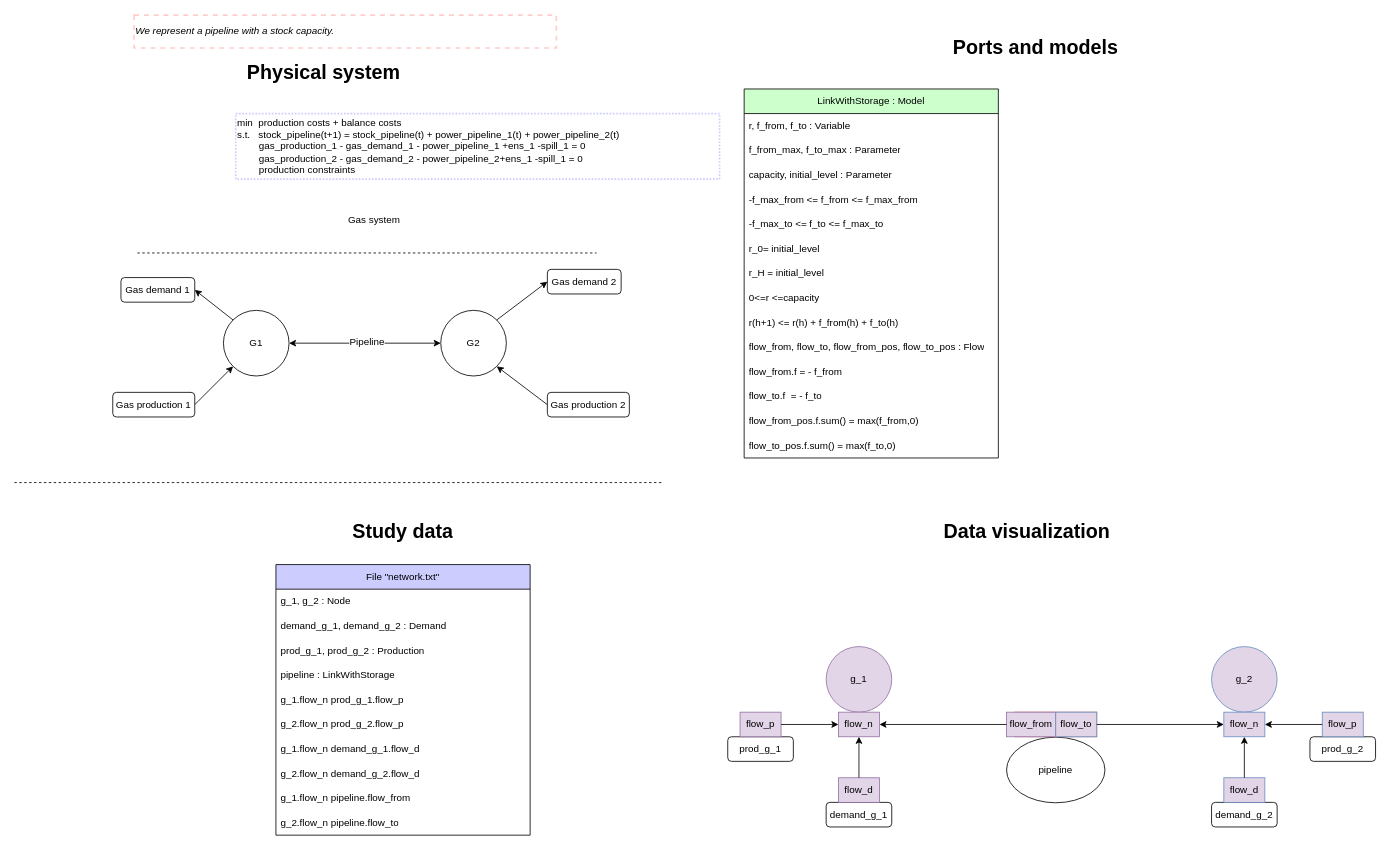
This is models-design/systems/stock_pipeline.drawio from AntaresSimulatorTeam/andromede-modeling-prototype, a draw.io file, before an edit. Source tidied: cells renumbered, new cells numbered last; positions are measured from the earlier drawing's top-left corner, leaving out a move shared by most shapes. Both pictures are drawn from the tidied source at 82%, with x=0, y=0 at pixel (14, 15).
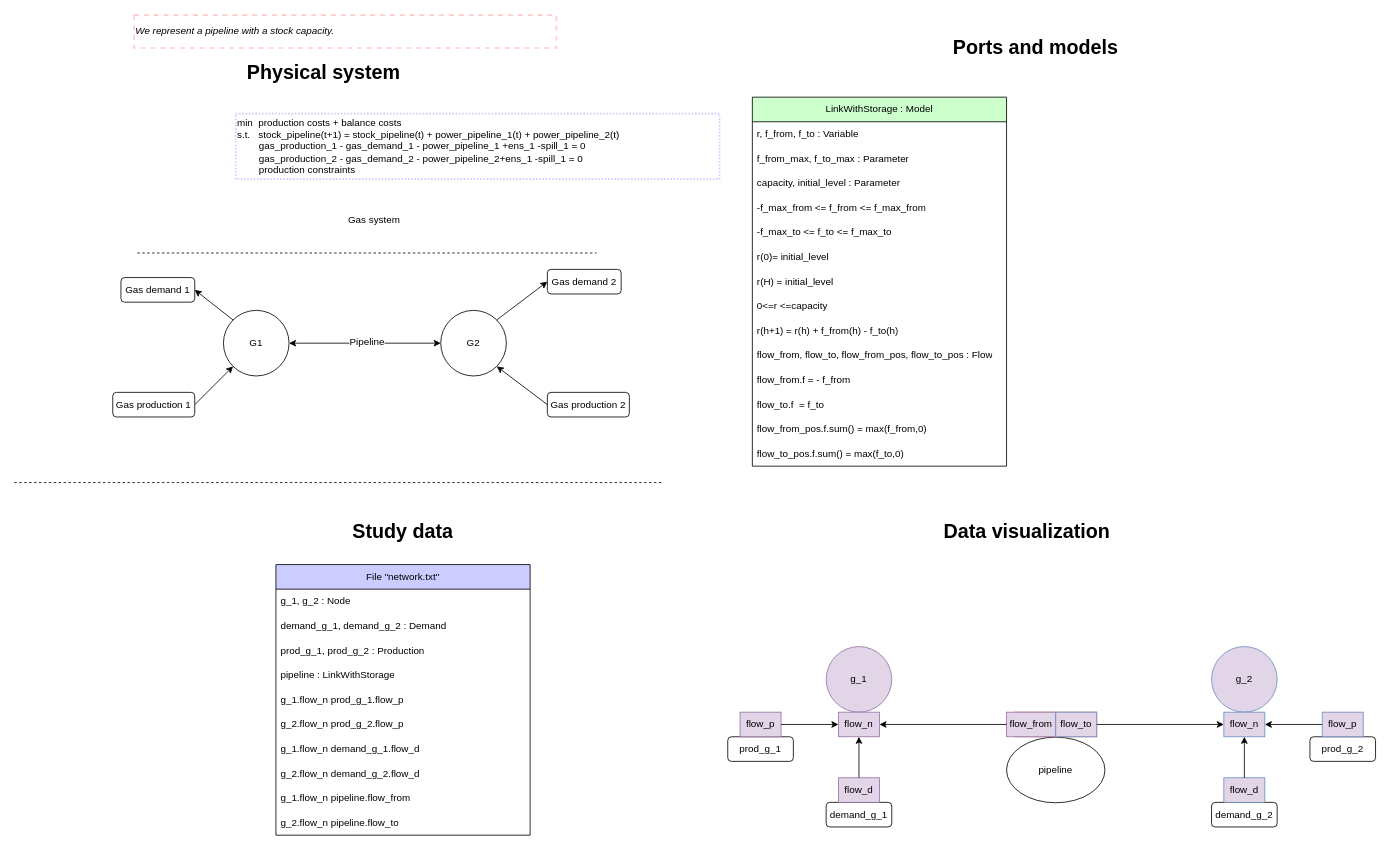
The same page after the edit.

Change to the diagram source:
```diff
@@
+    <mxCell id="79" value="&lt;h1&gt;Ports and models&lt;br&gt;&lt;/h1&gt;" style="text;html=1;strokeColor=none;fillColor=none;spacing=5;spacingTop=-20;whiteSpace=wrap;overflow=hidden;rounded=0;" parent="1" vertex="1">
+      <mxGeometry x="1140" y="20" width="250" height="40" as="geometry" />
+    </mxCell>
+    <mxCell id="80" value="min&amp;nbsp;&amp;nbsp;&lt;span style=&quot;&quot;&gt;&lt;/span&gt;production costs + balance costs&lt;br&gt;s.t.&amp;nbsp;&lt;span style=&quot;&quot;&gt;&amp;nbsp; s&lt;/span&gt;tock_pipeline(t+1) = stock_pipeline(t) + power_pipeline_1(t) + power_pipeline_2(t)&lt;br&gt;&lt;span style=&quot;&quot;&gt;&#9;&lt;/span&gt;&lt;span style=&quot;&quot;&gt;&#9;&lt;/span&gt;&lt;span style=&quot;white-space: pre;&quot;&gt;&#9;&lt;/span&gt;gas_production_1 - gas_demand_1 - power_pipeline_1 +ens_1 -spill_1 = 0&lt;br&gt;&lt;span style=&quot;&quot;&gt;&#9;&lt;/span&gt;&lt;span style=&quot;white-space: pre;&quot;&gt;&#9;&lt;/span&gt;gas_production_2 - gas_demand_2 - power_pipeline_2+ens_1 -spill_1 = 0&amp;nbsp;&amp;nbsp;&amp;nbsp;&lt;br&gt;&lt;span style=&quot;&quot;&gt;&#9;&lt;/span&gt;&lt;span style=&quot;&quot;&gt;&#9;&lt;/span&gt;&lt;span style=&quot;white-space: pre;&quot;&gt;&#9;&lt;/span&gt;production constraints" style="text;html=1;strokeColor=#CCCCFF;fillColor=none;align=left;verticalAlign=middle;whiteSpace=wrap;rounded=0;dashed=1;dashPattern=1 1;strokeWidth=2;" parent="1" vertex="1">
+      <mxGeometry x="270" y="120" width="590" height="80" as="geometry" />
+    </mxCell>
     <mxCell id="64" value="LinkWithStorage : Model" style="swimlane;fontStyle=0;horizontal=1;startSize=30;whiteSpace=wrap;html=1;fillColor=#CCFFCC;fontColor=#000000;" parent="1" vertex="1">
-      <mxGeometry x="890" y="90" width="310" height="450" as="geometry" />
+      <mxGeometry x="900" y="100" width="310" height="450" as="geometry" />
     </mxCell>
@@
-    <mxCell id="70" value="r_0= initial_level" style="text;strokeColor=none;fillColor=none;align=left;verticalAlign=middle;spacingLeft=4;spacingRight=4;overflow=hidden;whiteSpace=wrap;html=1;" parent="64" vertex="1">
-      <mxGeometry y="180" width="310" height="30" as="geometry" />
-    </mxCell>
-    <mxCell id="71" value="r_H = initial_level" style="text;strokeColor=none;fillColor=none;align=left;verticalAlign=middle;spacingLeft=4;spacingRight=4;overflow=hidden;whiteSpace=wrap;html=1;" parent="64" vertex="1">
-      <mxGeometry y="210" width="310" height="30" as="geometry" />
-    </mxCell>
+    <mxCell id="81" value="r(0)= initial_level" style="text;strokeColor=none;fillColor=none;align=left;verticalAlign=middle;spacingLeft=4;spacingRight=4;overflow=hidden;whiteSpace=wrap;html=1;" parent="64" vertex="1">
+      <mxGeometry y="180" width="310" height="30" as="geometry" />
+    </mxCell>
+    <mxCell id="82" value="r(H) = initial_level" style="text;strokeColor=none;fillColor=none;align=left;verticalAlign=middle;spacingLeft=4;spacingRight=4;overflow=hidden;whiteSpace=wrap;html=1;" parent="64" vertex="1">
+      <mxGeometry y="210" width="310" height="30" as="geometry" />
+    </mxCell>
@@
-    <mxCell id="73" value="r(h+1) &amp;lt;= r(h) + f_from(h) + f_to(h)" style="text;strokeColor=none;fillColor=none;align=left;verticalAlign=middle;spacingLeft=4;spacingRight=4;overflow=hidden;whiteSpace=wrap;html=1;" parent="64" vertex="1">
-      <mxGeometry y="270" width="310" height="30" as="geometry" />
-    </mxCell>
+    <mxCell id="83" value="r(h+1) = r(h) + f_from(h) - f_to(h)" style="text;strokeColor=none;fillColor=none;align=left;verticalAlign=middle;spacingLeft=4;spacingRight=4;overflow=hidden;whiteSpace=wrap;html=1;" parent="64" vertex="1">
+      <mxGeometry y="270" width="310" height="30" as="geometry" />
+    </mxCell>
@@
-    <mxCell id="76" value="flow_to.f&amp;nbsp; = - f_to" style="text;strokeColor=none;fillColor=none;align=left;verticalAlign=middle;spacingLeft=4;spacingRight=4;overflow=hidden;whiteSpace=wrap;html=1;" parent="64" vertex="1">
-      <mxGeometry y="360" width="310" height="30" as="geometry" />
-    </mxCell>
+    <mxCell id="84" value="flow_to.f&amp;nbsp; = f_to" style="text;strokeColor=none;fillColor=none;align=left;verticalAlign=middle;spacingLeft=4;spacingRight=4;overflow=hidden;whiteSpace=wrap;html=1;" parent="64" vertex="1">
+      <mxGeometry y="360" width="310" height="30" as="geometry" />
+    </mxCell>
@@
-    <mxCell id="79" value="&lt;h1&gt;Ports and models&lt;br&gt;&lt;/h1&gt;" style="text;html=1;strokeColor=none;fillColor=none;spacing=5;spacingTop=-20;whiteSpace=wrap;overflow=hidden;rounded=0;" parent="1" vertex="1">
-      <mxGeometry x="1140" y="20" width="250" height="40" as="geometry" />
-    </mxCell>
-    <mxCell id="80" value="min&amp;nbsp;&amp;nbsp;&lt;span style=&quot;&quot;&gt;&lt;/span&gt;production costs + balance costs&lt;br&gt;s.t.&amp;nbsp;&lt;span style=&quot;&quot;&gt;&amp;nbsp; s&lt;/span&gt;tock_pipeline(t+1) = stock_pipeline(t) + power_pipeline_1(t) + power_pipeline_2(t)&lt;br&gt;&lt;span style=&quot;&quot;&gt;&#9;&lt;/span&gt;&lt;span style=&quot;&quot;&gt;&#9;&lt;/span&gt;&lt;span style=&quot;white-space: pre;&quot;&gt;&#9;&lt;/span&gt;gas_production_1 - gas_demand_1 - power_pipeline_1 +ens_1 -spill_1 = 0&lt;br&gt;&lt;span style=&quot;&quot;&gt;&#9;&lt;/span&gt;&lt;span style=&quot;white-space: pre;&quot;&gt;&#9;&lt;/span&gt;gas_production_2 - gas_demand_2 - power_pipeline_2+ens_1 -spill_1 = 0&amp;nbsp;&amp;nbsp;&amp;nbsp;&lt;br&gt;&lt;span style=&quot;&quot;&gt;&#9;&lt;/span&gt;&lt;span style=&quot;&quot;&gt;&#9;&lt;/span&gt;&lt;span style=&quot;white-space: pre;&quot;&gt;&#9;&lt;/span&gt;production constraints" style="text;html=1;strokeColor=#CCCCFF;fillColor=none;align=left;verticalAlign=middle;whiteSpace=wrap;rounded=0;dashed=1;dashPattern=1 1;strokeWidth=2;" parent="1" vertex="1">
-      <mxGeometry x="270" y="120" width="590" height="80" as="geometry" />
-    </mxCell>
```
